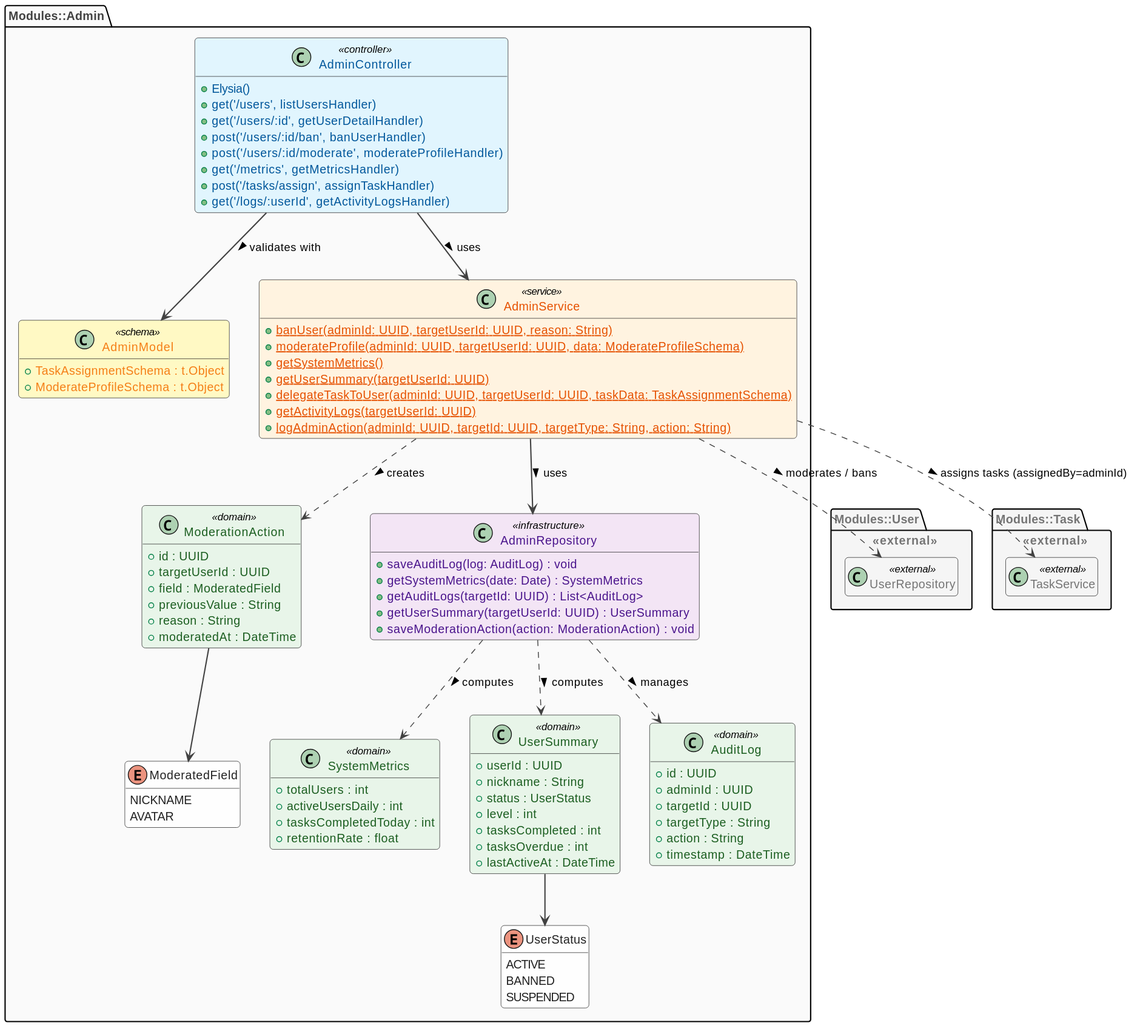
This is docs/classes/assets/admin_module.svg from BerlyCS/AlToke, a PlantUML export, as it was before one commit.
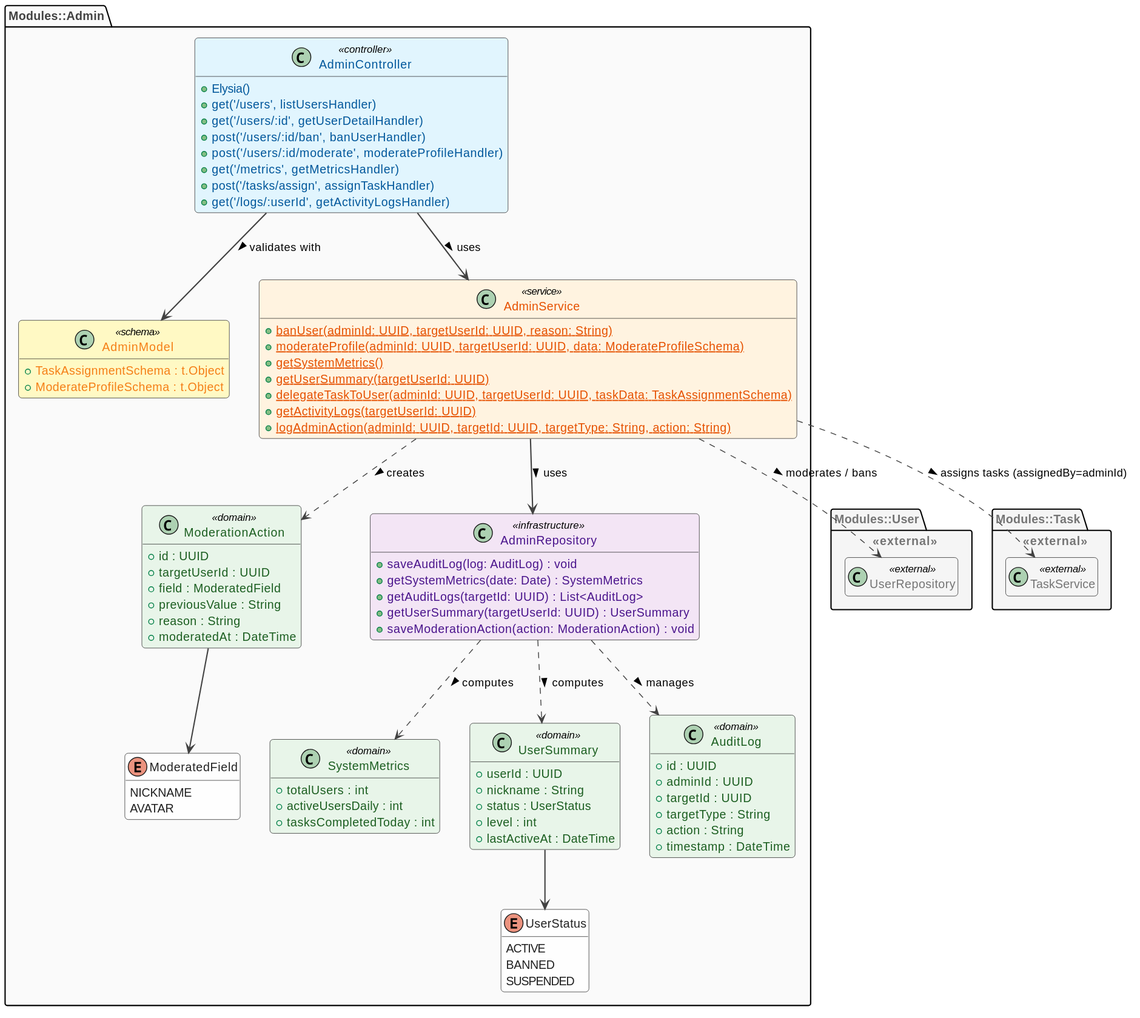
Above is the later version.

Change to the diagram source:
```diff
@@ -31,7 +31,6 @@
     + totalUsers : int
     + activeUsersDaily : int
     + tasksCompletedToday : int
-    + retentionRate : float
   }
 
   class UserSummary <<domain>> {
@@ -39,8 +38,6 @@
     + nickname : String
     + status : UserStatus
     + level : int
-    + tasksCompleted : int
-    + tasksOverdue : int
     + lastActiveAt : DateTime
   }
 
```
